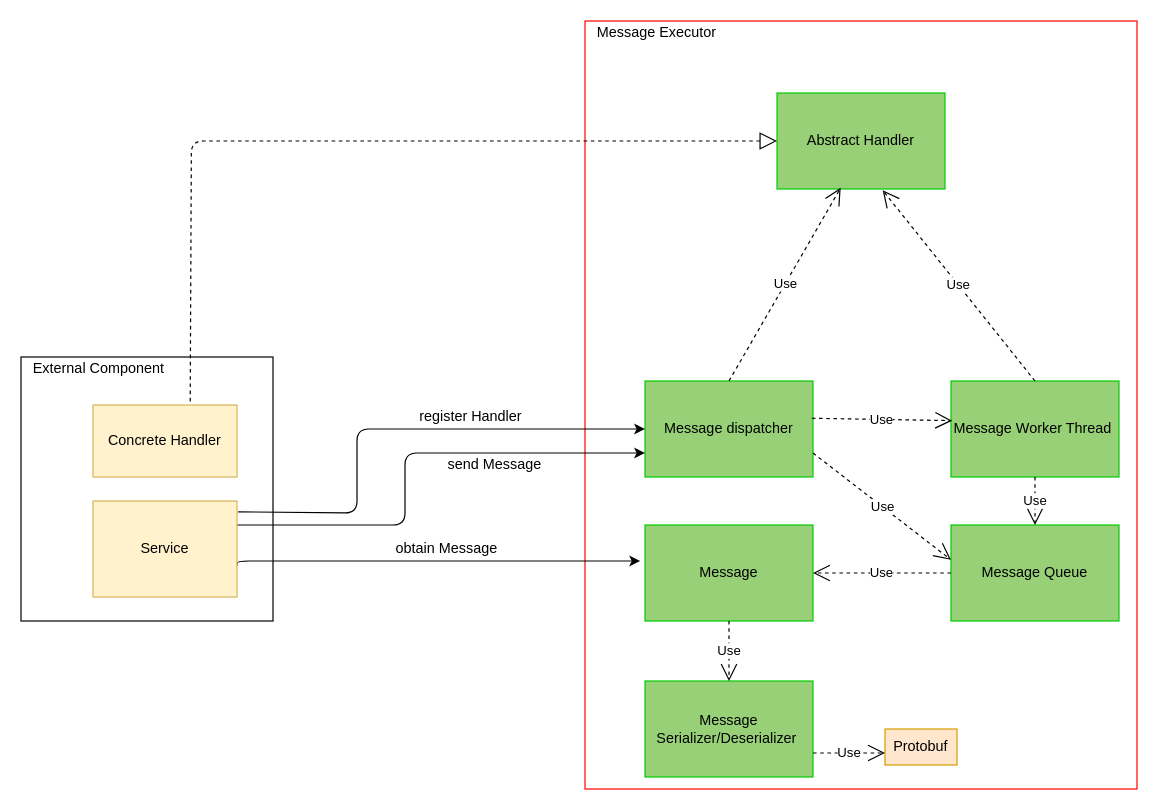
Before: page "message_executor_static" (3 of 4) of doc/SA cert/Design/executor.drawio in taikt/codefun, a draw.io diagram. Source tidied: cells renumbered, new cells numbered last; positions are measured from the earlier drawing's top-left corner, leaving out a move shared by most shapes. Both pictures are drawn from the tidied source at 120%, with x=0, y=0 at pixel (20, 20).
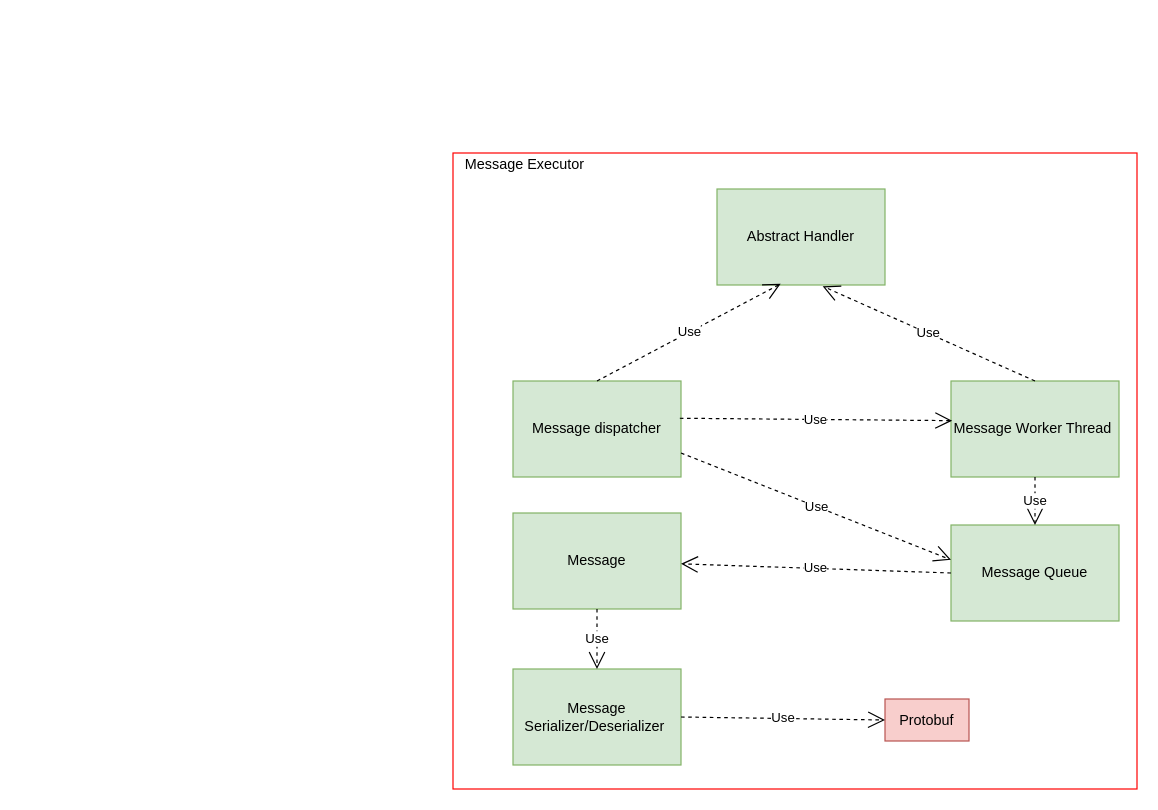
The same page after the edit.

Diff of the diagram source:
```diff
@@
     <mxCell id="2" style="rounded=0;whiteSpace=wrap;html=1;strokeColor=#FF0000;fillColor=none;" parent="1" vertex="1">
-      <mxGeometry x="470" width="460" height="640" as="geometry" />
+      <mxGeometry x="360" y="110" width="570" height="530" as="geometry" />
     </mxCell>
-    <mxCell id="3" value="Message Serializer/Deserializer&amp;nbsp;" style="rounded=0;whiteSpace=wrap;html=1;strokeColor=#00CC00;fillColor=#97D077;" parent="1" vertex="1">
-      <mxGeometry x="520" y="550" width="140" height="80" as="geometry" />
+    <mxCell id="3" value="Message Serializer/Deserializer&amp;nbsp;" style="rounded=0;whiteSpace=wrap;html=1;strokeColor=#82b366;fillColor=#d5e8d4;" parent="1" vertex="1">
+      <mxGeometry x="410" y="540" width="140" height="80" as="geometry" />
     </mxCell>
-    <mxCell id="4" value="Message Queue" style="rounded=0;whiteSpace=wrap;html=1;strokeColor=#00CC00;fillColor=#97D077;" parent="1" vertex="1">
+    <mxCell id="4" value="Message Queue" style="rounded=0;whiteSpace=wrap;html=1;strokeColor=#82b366;fillColor=#d5e8d4;" parent="1" vertex="1">
       <mxGeometry x="775" y="420" width="140" height="80" as="geometry" />
     </mxCell>
-    <mxCell id="5" value="Message Worker Thread&amp;nbsp;" style="rounded=0;whiteSpace=wrap;html=1;strokeColor=#00CC00;fillColor=#97D077;" parent="1" vertex="1">
+    <mxCell id="5" value="Message Worker Thread&amp;nbsp;" style="rounded=0;whiteSpace=wrap;html=1;strokeColor=#82b366;fillColor=#d5e8d4;" parent="1" vertex="1">
       <mxGeometry x="775" y="300" width="140" height="80" as="geometry" />
     </mxCell>
-    <mxCell id="6" value="Message dispatcher" style="rounded=0;whiteSpace=wrap;html=1;strokeColor=#00CC00;fillColor=#97D077;" parent="1" vertex="1">
-      <mxGeometry x="520" y="300" width="140" height="80" as="geometry" />
+    <mxCell id="6" value="Message dispatcher" style="rounded=0;whiteSpace=wrap;html=1;strokeColor=#82b366;fillColor=#d5e8d4;" parent="1" vertex="1">
+      <mxGeometry x="410" y="300" width="140" height="80" as="geometry" />
     </mxCell>
-    <mxCell id="7" value="Protobuf" style="rounded=0;whiteSpace=wrap;html=1;strokeColor=#d79b00;fillColor=#ffe6cc;" parent="1" vertex="1">
-      <mxGeometry x="720" y="590" width="60" height="30" as="geometry" />
+    <mxCell id="7" value="Protobuf" style="rounded=0;whiteSpace=wrap;html=1;strokeColor=#b85450;fillColor=#f8cecc;" parent="1" vertex="1">
+      <mxGeometry x="720" y="565" width="70" height="35" as="geometry" />
     </mxCell>
-    <mxCell id="8" value="Use" style="endArrow=open;endSize=12;dashed=1;html=1;exitX=1;exitY=0.75;exitDx=0;exitDy=0;" parent="1" edge="1" source="3">
-      <mxGeometry relative="1" as="geometry">
-        <mxPoint x="720" y="610" as="targetPoint" />
-      </mxGeometry>
+    <mxCell id="8" value="Use" style="endArrow=open;endSize=12;dashed=1;html=1;exitX=1;exitY=0.5;exitDx=0;exitDy=0;entryX=0;entryY=0.5;entryDx=0;entryDy=0;" parent="1" edge="1" source="3" target="7">
+      <mxGeometry relative="1" as="geometry" />
     </mxCell>
-    <mxCell id="9" value="Abstract Handler" style="rounded=0;whiteSpace=wrap;html=1;strokeColor=#00CC00;fillColor=#97D077;" parent="1" vertex="1">
-      <mxGeometry x="630" y="60" width="140" height="80" as="geometry" />
+    <mxCell id="9" value="Abstract Handler" style="rounded=0;whiteSpace=wrap;html=1;strokeColor=#82b366;fillColor=#d5e8d4;" parent="1" vertex="1">
+      <mxGeometry x="580" y="140" width="140" height="80" as="geometry" />
     </mxCell>
-    <mxCell id="10" value="Message" style="rounded=0;whiteSpace=wrap;html=1;strokeColor=#00CC00;fillColor=#97D077;" parent="1" vertex="1">
-      <mxGeometry x="520" y="420" width="140" height="80" as="geometry" />
+    <mxCell id="10" value="Message" style="rounded=0;whiteSpace=wrap;html=1;strokeColor=#82b366;fillColor=#d5e8d4;" parent="1" vertex="1">
+      <mxGeometry x="410" y="410" width="140" height="80" as="geometry" />
     </mxCell>
@@
-    <mxCell id="17" style="endArrow=block;dashed=1;endFill=0;endSize=12;html=1;exitX=0.675;exitY=-0.05;exitDx=0;exitDy=0;entryX=0;entryY=0.5;entryDx=0;entryDy=0;exitPerimeter=0;" parent="1" edge="1" source="19" target="9">
-      <mxGeometry relative="1" as="geometry">
-        <Array as="points">
-          <mxPoint x="142" y="100" />
-        </Array>
-      </mxGeometry>
-    </mxCell>
-    <mxCell id="18" style="rounded=0;whiteSpace=wrap;html=1;fillColor=none;" parent="1" vertex="1">
-      <mxGeometry y="280" width="210" height="220" as="geometry" />
-    </mxCell>
-    <mxCell id="19" value="Concrete Handler" style="rounded=0;whiteSpace=wrap;html=1;strokeColor=#d6b656;fillColor=#fff2cc;" parent="1" vertex="1">
-      <mxGeometry x="60" y="320" width="120" height="60" as="geometry" />
-    </mxCell>
-    <mxCell id="20" style="edgeStyle=orthogonalEdgeStyle;rounded=1;jettySize=auto;html=1;exitX=1;exitY=0.675;exitDx=0;exitDy=0;entryX=-0.029;entryY=0.375;entryDx=0;entryDy=0;entryPerimeter=0;exitPerimeter=0;" parent="1" edge="1" source="23" target="10">
-      <mxGeometry relative="1" as="geometry">
-        <Array as="points">
-          <mxPoint x="180" y="450" />
-        </Array>
-      </mxGeometry>
-    </mxCell>
-    <mxCell id="21" style="edgeStyle=orthogonalEdgeStyle;rounded=1;jettySize=auto;html=1;exitX=1.008;exitY=0.113;exitDx=0;exitDy=0;entryX=0;entryY=0.5;entryDx=0;entryDy=0;exitPerimeter=0;" parent="1" edge="1" source="23" target="6">
-      <mxGeometry relative="1" as="geometry">
-        <Array as="points">
-          <mxPoint x="280" y="410" />
-          <mxPoint x="280" y="340" />
-        </Array>
-      </mxGeometry>
-    </mxCell>
-    <mxCell id="22" style="edgeStyle=orthogonalEdgeStyle;rounded=1;jettySize=auto;html=1;exitX=1;exitY=0.25;exitDx=0;exitDy=0;entryX=0;entryY=0.75;entryDx=0;entryDy=0;" parent="1" edge="1" source="23" target="6">
-      <mxGeometry relative="1" as="geometry">
-        <Array as="points">
-          <mxPoint x="320" y="420" />
-          <mxPoint x="320" y="360" />
-        </Array>
-      </mxGeometry>
-    </mxCell>
-    <mxCell id="23" value="Service" style="rounded=0;whiteSpace=wrap;html=1;strokeColor=#d6b656;fillColor=#fff2cc;" parent="1" vertex="1">
-      <mxGeometry x="60" y="400" width="120" height="80" as="geometry" />
-    </mxCell>
-    <mxCell id="24" value="External Component" style="text;html=1;strokeColor=none;fillColor=none;align=center;verticalAlign=middle;whiteSpace=wrap;rounded=0;" parent="1" vertex="1">
-      <mxGeometry y="280" width="130" height="20" as="geometry" />
-    </mxCell>
-    <mxCell id="25" value="obtain Message" style="text;html=1;strokeColor=none;fillColor=none;align=center;verticalAlign=middle;whiteSpace=wrap;rounded=0;" parent="1" vertex="1">
-      <mxGeometry x="310" y="430" width="90" height="20" as="geometry" />
-    </mxCell>
-    <mxCell id="26" value="register Handler" style="text;html=1;strokeColor=none;fillColor=none;align=center;verticalAlign=middle;whiteSpace=wrap;rounded=0;" parent="1" vertex="1">
-      <mxGeometry x="330" y="320" width="90" height="20" as="geometry" />
-    </mxCell>
     <mxCell id="27" value="Message Executor" style="text;html=1;strokeColor=none;fillColor=none;align=center;verticalAlign=middle;whiteSpace=wrap;rounded=0;" parent="1" vertex="1">
-      <mxGeometry x="470" width="120" height="20" as="geometry" />
+      <mxGeometry x="360" y="110" width="120" height="20" as="geometry" />
     </mxCell>
-    <mxCell id="28" value="send Message" style="text;html=1;strokeColor=none;fillColor=none;align=center;verticalAlign=middle;whiteSpace=wrap;rounded=0;" parent="1" vertex="1">
-      <mxGeometry x="350" y="360" width="90" height="20" as="geometry" />
-    </mxCell>
```
